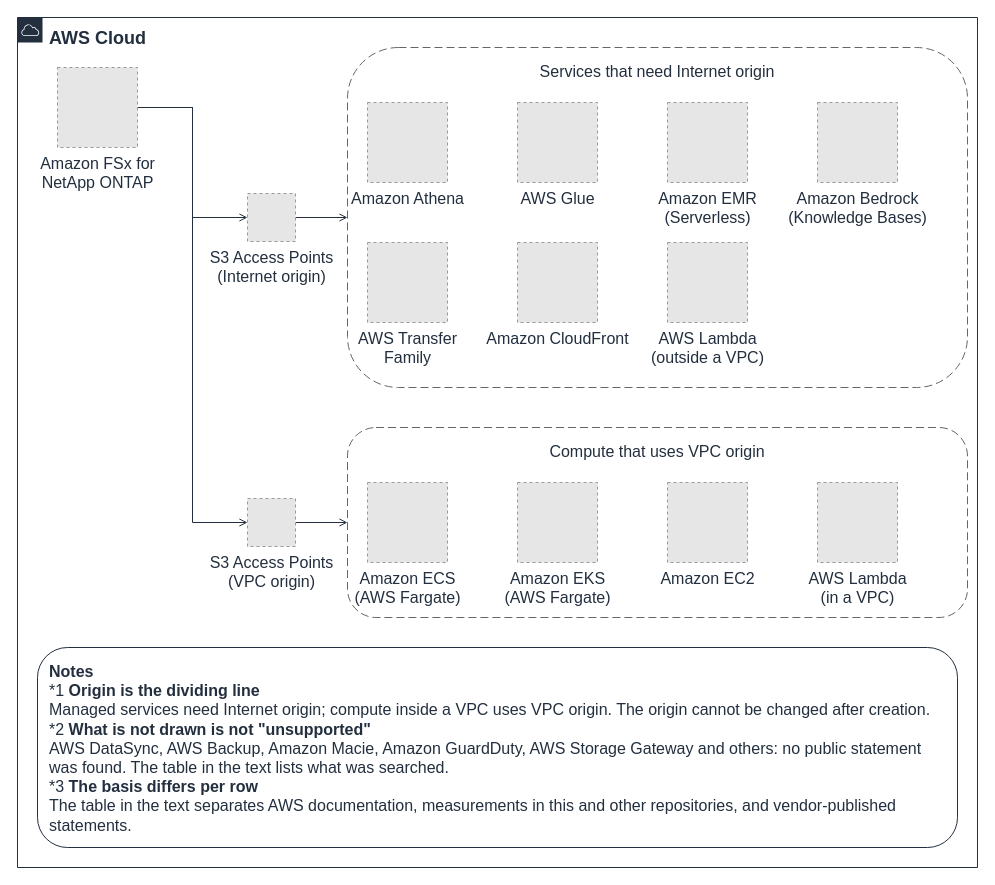
Yoshiki0705/FSx-for-ONTAP-Container-Datastore-Patterns keeps this draw.io diagram as docs/_assets/diagrams/s3ap-consumer-map-en.drawio. Above is the earlier version. Source tidied: cells renumbered, new cells numbered last; positions are measured from the earlier drawing's top-left corner, leaving out a move shared by most shapes. Both pictures are drawn from the tidied source at 100%, with x=0, y=0 at pixel (17, 17). Pictures stored in the file or linked from it are replaced by grey dashed boxes.
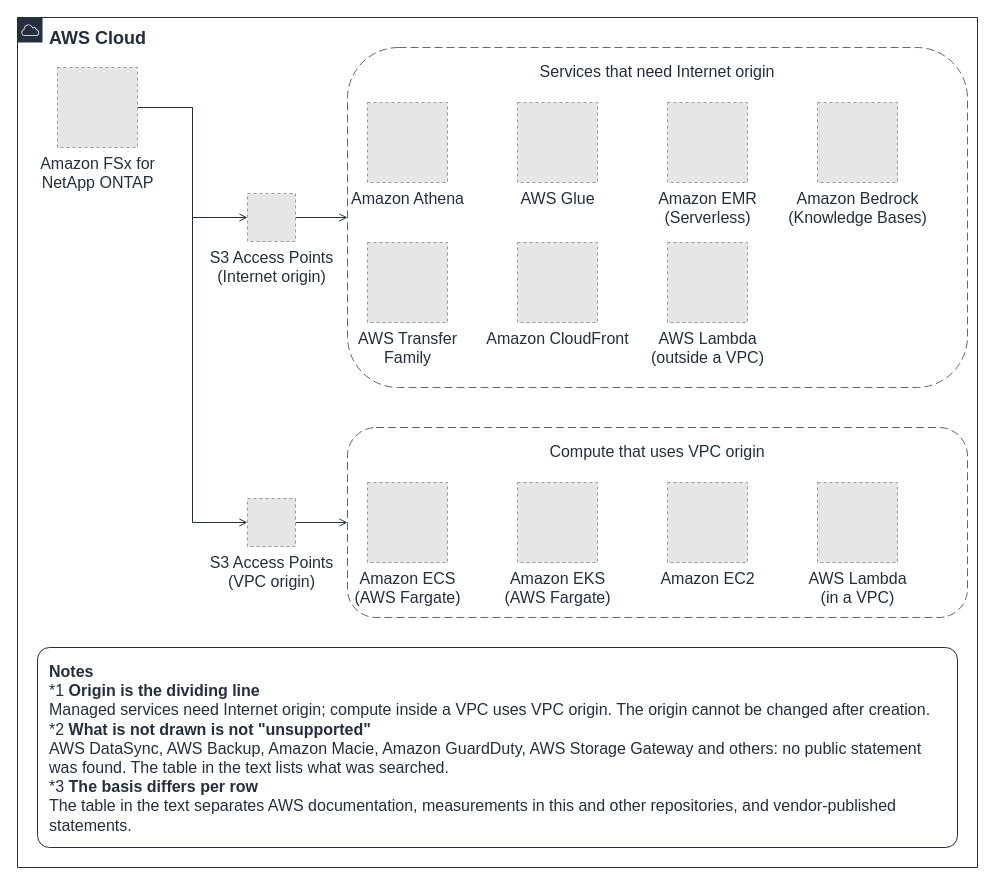
After the change.

Diff of the diagram source:
```diff
@@
-    <mxCell id="9" value="&lt;b&gt;Notes&lt;/b&gt;&lt;br&gt;*1 &lt;b&gt;Origin is the dividing line&lt;/b&gt;&lt;br&gt;Managed services need Internet origin; compute inside a VPC uses VPC origin. The origin cannot be changed after creation.&lt;br&gt;*2 &lt;b&gt;What is not drawn is not &quot;unsupported&quot;&lt;/b&gt;&lt;br&gt;AWS DataSync, AWS Backup, Amazon Macie, Amazon GuardDuty, AWS Storage Gateway and others: no public statement was found. The table in the text lists what was searched.&lt;br&gt;*3 &lt;b&gt;The basis differs per row&lt;/b&gt;&lt;br&gt;The table in the text separates AWS documentation, measurements in this and other repositories, and vendor-published statements." style="rounded=1;whiteSpace=wrap;html=1;strokeColor=#232F3E;fillColor=none;fontColor=#232F3E;fontSize=16;verticalAlign=top;align=left;spacingLeft=10;spacingRight=10;spacingTop=8;" parent="1" vertex="1">
+    <mxCell id="9" value="&lt;b&gt;Notes&lt;/b&gt;&lt;br&gt;*1 &lt;b&gt;Origin is the dividing line&lt;/b&gt;&lt;br&gt;Managed services need Internet origin; compute inside a VPC uses VPC origin. The origin cannot be changed after creation.&lt;br&gt;*2 &lt;b&gt;What is not drawn is not &quot;unsupported&quot;&lt;/b&gt;&lt;br&gt;AWS DataSync, AWS Backup, Amazon Macie, Amazon GuardDuty, AWS Storage Gateway and others: no public statement was found. The table in the text lists what was searched.&lt;br&gt;*3 &lt;b&gt;The basis differs per row&lt;/b&gt;&lt;br&gt;The table in the text separates AWS documentation, measurements in this and other repositories, and vendor-published statements." style="rounded=1;absoluteArcSize=1;arcSize=24;whiteSpace=wrap;html=1;strokeColor=#232F3E;fillColor=none;fontColor=#232F3E;fontSize=16;verticalAlign=top;align=left;spacingLeft=10;spacingRight=10;spacingTop=8;" parent="1" vertex="1">
       <mxGeometry x="20" y="630" width="920" height="200" as="geometry" />
     </mxCell>
```
